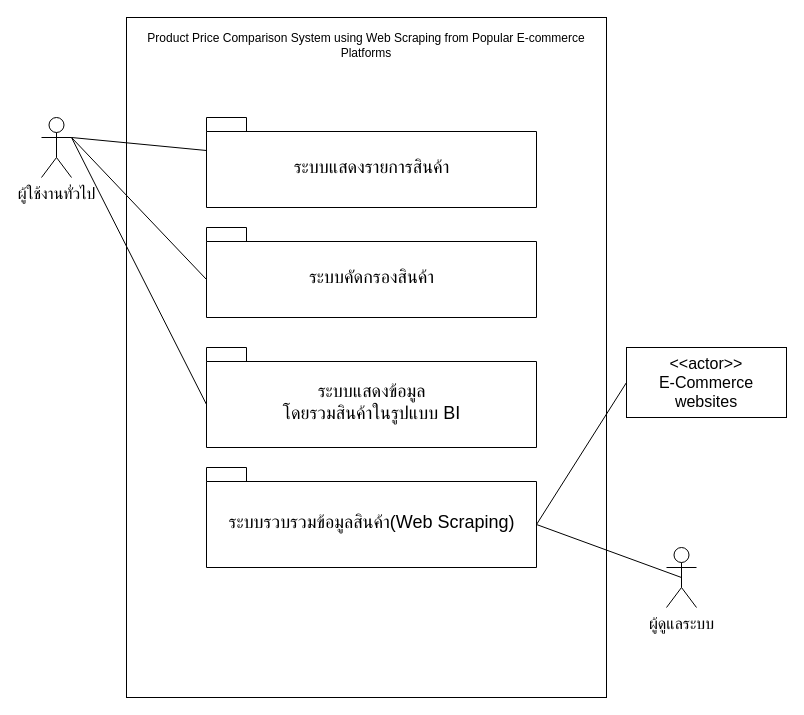
Above: Untitled Diagram.drawio in newzyz/Share (draw.io), before the change. Source tidied: cells renumbered, new cells numbered last; positions are measured from the earlier drawing's top-left corner, leaving out a move shared by most shapes. Both pictures are drawn from the tidied source at 100%, with x=0, y=0 at pixel (41, 17).
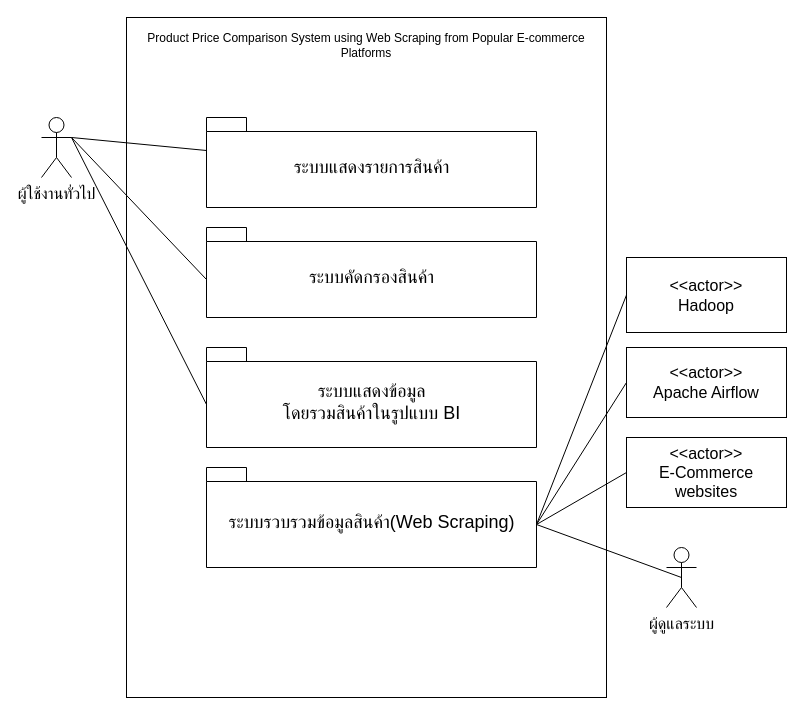
The same diagram, later.

The edit, as a diff of the source:
```diff
@@
 <mxGraphModel>
   <root>
     <mxCell id="0" />
     <mxCell id="1" parent="0" />
     <mxCell id="2" value="&lt;span style=&quot;line-height: 107% ; font-family: &amp;#34;calibri&amp;#34; , sans-serif&quot;&gt;&lt;font style=&quot;font-size: 12px&quot;&gt;Product Price Comparison System using Web Scraping from Popular E-commerce Platforms&lt;/font&gt;&lt;/span&gt;" style="rounded=0;whiteSpace=wrap;html=1;spacingTop=-125;spacing=5;spacingBottom=500;" parent="1" vertex="1">
       <mxGeometry x="85" width="480" height="680" as="geometry" />
     </mxCell>
     <mxCell id="3" value="&lt;font style=&quot;font-size: 16px&quot;&gt;ผู้ใช้งานทั่วไป&lt;/font&gt;" style="shape=umlActor;verticalLabelPosition=bottom;verticalAlign=top;html=1;outlineConnect=0;hachureGap=4;" parent="1" vertex="1">
       <mxGeometry y="100" width="30" height="60" as="geometry" />
     </mxCell>
     <mxCell id="4" value="&lt;font style=&quot;font-size: 18px ; font-weight: normal&quot;&gt;ระบบแสดงรายการสินค้า&lt;/font&gt;" style="shape=folder;fontStyle=1;spacingTop=10;tabWidth=40;tabHeight=14;tabPosition=left;html=1;hachureGap=4;" parent="1" vertex="1">
       <mxGeometry x="165" y="100" width="330" height="90" as="geometry" />
     </mxCell>
     <mxCell id="5" style="endArrow=none;html=1;startSize=14;endSize=14;sourcePerimeterSpacing=8;targetPerimeterSpacing=8;entryX=0;entryY=0;entryDx=0;entryDy=33;entryPerimeter=0;exitX=1;exitY=0.3333333333333333;exitDx=0;exitDy=0;exitPerimeter=0;" parent="1" edge="1" source="3" target="4">
       <mxGeometry relative="1" as="geometry" />
     </mxCell>
     <mxCell id="6" value="&lt;font style=&quot;font-size: 18px ; font-weight: normal&quot;&gt;ระบบคัดกรองสินค้า&lt;/font&gt;" style="shape=folder;fontStyle=1;spacingTop=10;tabWidth=40;tabHeight=14;tabPosition=left;html=1;hachureGap=4;" parent="1" vertex="1">
       <mxGeometry x="165" y="210" width="330" height="90" as="geometry" />
     </mxCell>
     <mxCell id="7" value="&lt;font style=&quot;font-size: 18px ; font-weight: normal&quot;&gt;ระบบแสดงข้อมูล&lt;br&gt;โดยรวมสินค้าในรูปแบบ BI&lt;/font&gt;" style="shape=folder;fontStyle=1;spacingTop=10;tabWidth=40;tabHeight=14;tabPosition=left;html=1;hachureGap=4;" parent="1" vertex="1">
       <mxGeometry x="165" y="330" width="330" height="100" as="geometry" />
     </mxCell>
     <mxCell id="8" style="endArrow=none;html=1;startSize=14;endSize=14;sourcePerimeterSpacing=8;targetPerimeterSpacing=8;entryX=1;entryY=0.3333333333333333;entryDx=0;entryDy=0;entryPerimeter=0;exitX=0;exitY=0;exitDx=0;exitDy=52;exitPerimeter=0;" parent="1" edge="1" source="6" target="3">
       <mxGeometry relative="1" as="geometry" />
     </mxCell>
     <mxCell id="9" style="endArrow=none;html=1;startSize=14;endSize=14;sourcePerimeterSpacing=8;targetPerimeterSpacing=8;entryX=1;entryY=0.3333333333333333;entryDx=0;entryDy=0;entryPerimeter=0;exitX=0;exitY=0;exitDx=0;exitDy=57;exitPerimeter=0;" parent="1" edge="1" source="7" target="3">
       <mxGeometry relative="1" as="geometry" />
     </mxCell>
     <mxCell id="10" value="&lt;font style=&quot;font-size: 18px ; font-weight: normal&quot;&gt;ระบบรวบรวมข้อมูลสินค้า(Web Scraping)&lt;/font&gt;" style="shape=folder;fontStyle=1;spacingTop=10;tabWidth=40;tabHeight=14;tabPosition=left;html=1;hachureGap=4;" parent="1" vertex="1">
       <mxGeometry x="165" y="450" width="330" height="100" as="geometry" />
     </mxCell>
     <mxCell id="11" value="&lt;font style=&quot;font-size: 16px&quot;&gt;&amp;lt;&amp;lt;actor&amp;gt;&amp;gt;&lt;br&gt;E-Commerce websites&lt;/font&gt;" style="rounded=0;whiteSpace=wrap;html=1;hachureGap=4;" parent="1" vertex="1">
-      <mxGeometry x="585" y="330" width="160" height="70" as="geometry" />
+      <mxGeometry x="585" y="420" width="160" height="70" as="geometry" />
     </mxCell>
     <mxCell id="12" style="endArrow=none;html=1;entryX=0;entryY=0.5;entryDx=0;entryDy=0;exitX=0;exitY=0;exitDx=330;exitDy=57;exitPerimeter=0;" parent="1" edge="1" source="10" target="11">
       <mxGeometry relative="1" as="geometry" />
     </mxCell>
     <mxCell id="13" value="&lt;font style=&quot;font-size: 16px&quot;&gt;ผู้ดูแลระบบ&lt;/font&gt;" style="shape=umlActor;verticalLabelPosition=bottom;verticalAlign=top;html=1;outlineConnect=0;" parent="1" vertex="1">
       <mxGeometry x="625" y="530" width="30" height="60" as="geometry" />
     </mxCell>
     <mxCell id="14" style="endArrow=none;html=1;entryX=0.5;entryY=0.5;entryDx=0;entryDy=0;entryPerimeter=0;exitX=0;exitY=0;exitDx=330;exitDy=57;exitPerimeter=0;" parent="1" edge="1" source="10" target="13">
       <mxGeometry relative="1" as="geometry" />
     </mxCell>
+    <mxCell id="15" value="&lt;font style=&quot;font-size: 16px&quot;&gt;&amp;lt;&amp;lt;actor&amp;gt;&amp;gt;&lt;br&gt;Apache Airflow&lt;/font&gt;" style="rounded=0;whiteSpace=wrap;html=1;" parent="1" vertex="1">
+      <mxGeometry x="585" y="330" width="160" height="70" as="geometry" />
+    </mxCell>
+    <mxCell id="16" style="endArrow=none;html=1;rounded=0;fontSize=16;entryX=0;entryY=0.5;entryDx=0;entryDy=0;exitX=0;exitY=0;exitDx=330;exitDy=57;exitPerimeter=0;" parent="1" edge="1" source="10" target="15">
+      <mxGeometry relative="1" as="geometry" />
+    </mxCell>
+    <mxCell id="17" value="&amp;lt;&amp;lt;actor&amp;gt;&amp;gt;&lt;br&gt;Hadoop" style="rounded=0;whiteSpace=wrap;html=1;fontSize=16;" parent="1" vertex="1">
+      <mxGeometry x="585" y="240" width="160" height="75" as="geometry" />
+    </mxCell>
+    <mxCell id="18" style="endArrow=none;html=1;rounded=0;fontSize=16;entryX=0;entryY=0.5;entryDx=0;entryDy=0;exitX=0;exitY=0;exitDx=330;exitDy=57;exitPerimeter=0;" parent="1" edge="1" source="10" target="17">
+      <mxGeometry relative="1" as="geometry" />
+    </mxCell>
   </root>
 </mxGraphModel>
```
